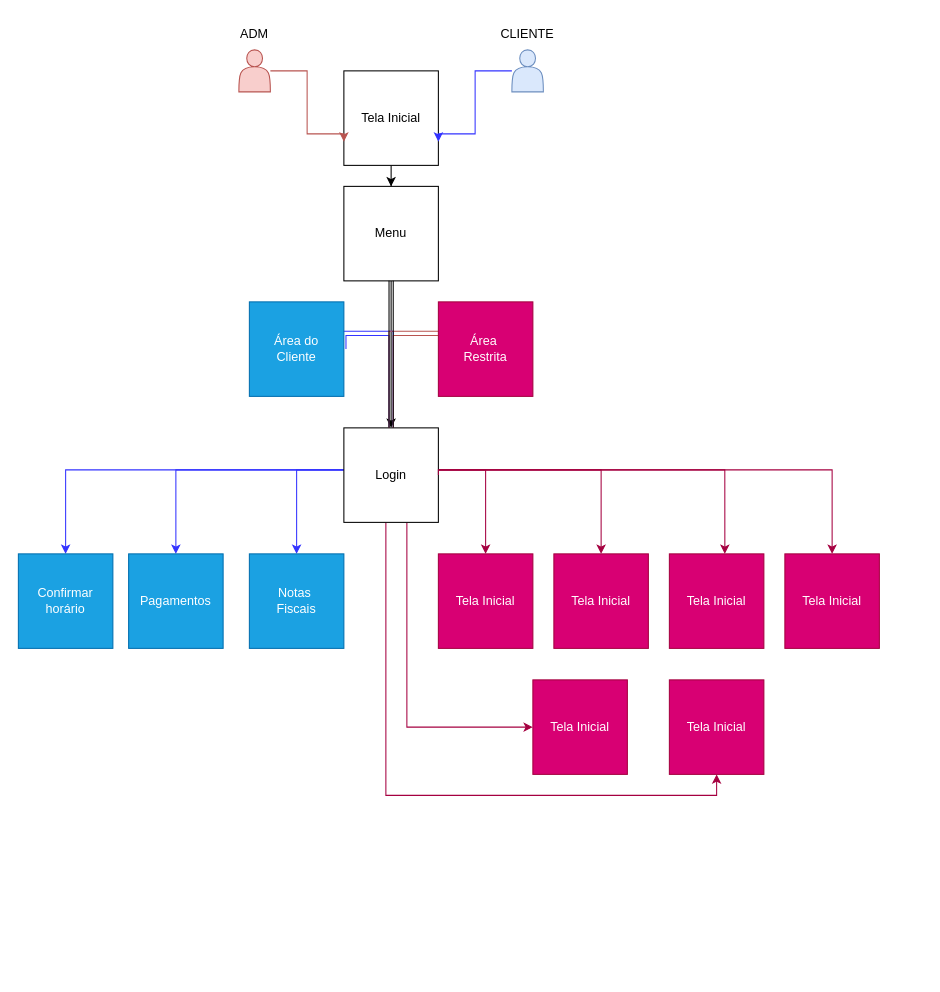
RafaPadilha123/ProjetoBack-End keeps this draw.io diagram as Diagrama sem nome.drawio. Above is the earlier version. Source tidied: cells renumbered, new cells numbered last; positions are measured from the earlier drawing's top-left corner, leaving out a move shared by most shapes. Both pictures are drawn from the tidied source at 105%, with x=0, y=0 at pixel (18, 18).
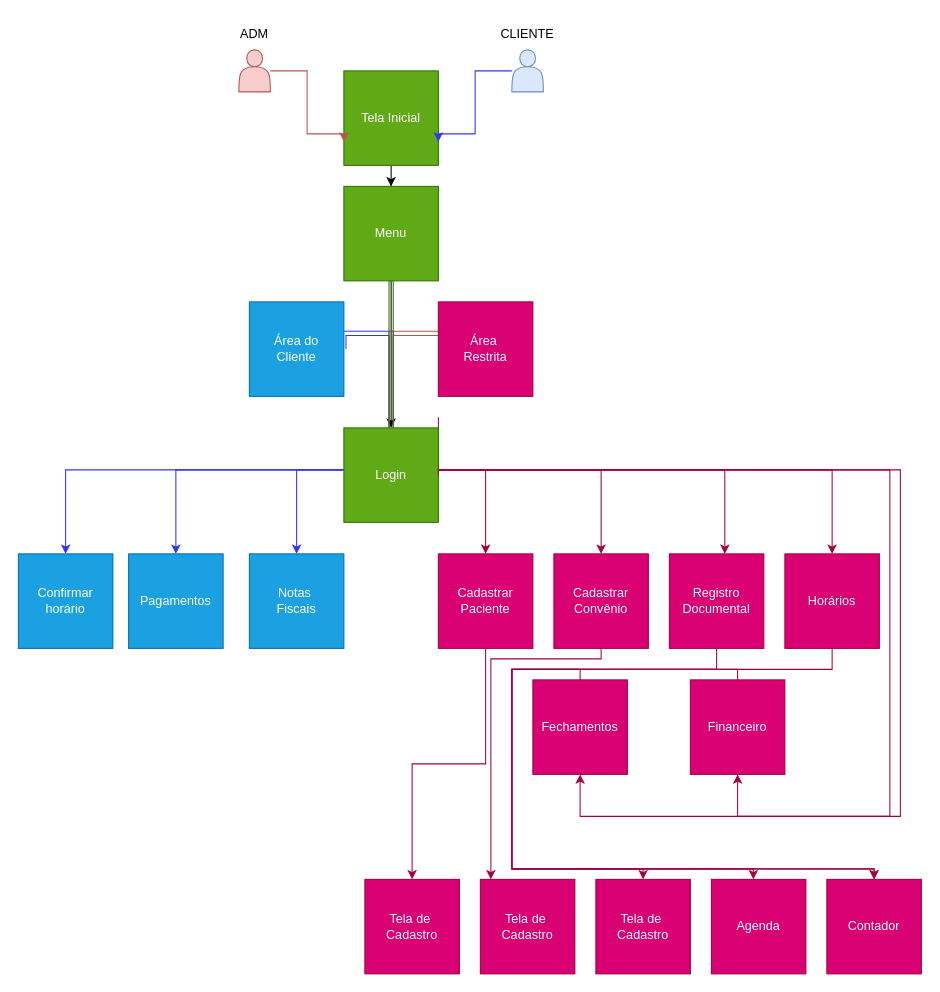
Above is the later version.

Commit message:
Fluxo do sistema

Diff of the diagram source:
```diff
@@
-    <mxCell id="3" value="Tela Inicial" style="whiteSpace=wrap;html=1;" parent="1" vertex="1">
+    <mxCell id="3" value="Tela Inicial" style="whiteSpace=wrap;html=1;fillColor=#60a917;fontColor=#ffffff;strokeColor=#2D7600;" parent="1" vertex="1">
       <mxGeometry x="310" y="50" width="90" height="90" as="geometry" />
     </mxCell>
@@
-    <mxCell id="11" value="Menu" style="whiteSpace=wrap;html=1;" parent="1" vertex="1">
+    <mxCell id="11" value="Menu" style="whiteSpace=wrap;html=1;fillColor=#60a917;fontColor=#ffffff;strokeColor=#2D7600;" parent="1" vertex="1">
       <mxGeometry x="310" y="160" width="90" height="90" as="geometry" />
     </mxCell>
@@
-    <mxCell id="20" style="edgeStyle=orthogonalEdgeStyle;rounded=0;jettySize=auto;html=1;entryX=0;entryY=0.5;entryDx=0;entryDy=0;fillColor=#d80073;strokeColor=#A50040;" parent="1" edge="1" source="22" target="33">
+    <mxCell id="20" style="edgeStyle=orthogonalEdgeStyle;rounded=0;jettySize=auto;html=1;entryX=0.5;entryY=1;entryDx=0;entryDy=0;fillColor=#d80073;strokeColor=#A50040;" parent="1" edge="1" target="33">
       <mxGeometry relative="1" as="geometry">
+        <mxPoint x="400" y="380" as="sourcePoint" />
         <Array as="points">
-          <mxPoint x="370" y="675" />
+          <mxPoint x="400" y="430" />
+          <mxPoint x="840" y="430" />
+          <mxPoint x="840" y="760" />
+          <mxPoint x="535" y="760" />
         </Array>
       </mxGeometry>
     </mxCell>
     <mxCell id="21" style="edgeStyle=orthogonalEdgeStyle;rounded=0;jettySize=auto;html=1;entryX=0.5;entryY=1;entryDx=0;entryDy=0;fillColor=#d80073;strokeColor=#A50040;" parent="1" edge="1" source="22" target="34">
       <mxGeometry relative="1" as="geometry">
         <Array as="points">
-          <mxPoint x="350" y="740" />
-          <mxPoint x="665" y="740" />
+          <mxPoint x="830" y="430" />
+          <mxPoint x="830" y="760" />
+          <mxPoint x="685" y="760" />
         </Array>
       </mxGeometry>
     </mxCell>
-    <mxCell id="22" value="Login" style="whiteSpace=wrap;html=1;" parent="1" vertex="1">
+    <mxCell id="22" value="Login" style="whiteSpace=wrap;html=1;fillColor=#60a917;fontColor=#ffffff;strokeColor=#2D7600;" parent="1" vertex="1">
       <mxGeometry x="310" y="390" width="90" height="90" as="geometry" />
     </mxCell>
+    <mxCell id="36" style="edgeStyle=orthogonalEdgeStyle;rounded=0;jettySize=auto;html=1;fillColor=#d80073;strokeColor=#A50040;" parent="1" edge="1" source="23" target="44">
+      <mxGeometry relative="1" as="geometry">
+        <Array as="points">
+          <mxPoint x="665" y="620" />
+          <mxPoint x="470" y="620" />
+          <mxPoint x="470" y="810" />
+          <mxPoint x="595" y="810" />
+        </Array>
+      </mxGeometry>
+    </mxCell>
-    <mxCell id="23" value="Tela Inicial" style="whiteSpace=wrap;html=1;fillColor=#d80073;fontColor=#ffffff;strokeColor=#A50040;" parent="1" vertex="1">
+    <mxCell id="23" value="Registro&lt;br&gt;Documental" style="whiteSpace=wrap;html=1;fillColor=#d80073;fontColor=#ffffff;strokeColor=#A50040;" parent="1" vertex="1">
       <mxGeometry x="620" y="510" width="90" height="90" as="geometry" />
     </mxCell>
@@
+    <mxCell id="37" style="edgeStyle=orthogonalEdgeStyle;rounded=0;jettySize=auto;html=1;fillColor=#d80073;strokeColor=#A50040;" parent="1" edge="1" source="28" target="42">
+      <mxGeometry relative="1" as="geometry" />
+    </mxCell>
-    <mxCell id="28" value="Tela Inicial" style="whiteSpace=wrap;html=1;fillColor=#d80073;fontColor=#ffffff;strokeColor=#A50040;" parent="1" vertex="1">
+    <mxCell id="28" value="Cadastrar&lt;br&gt;Paciente" style="whiteSpace=wrap;html=1;fillColor=#d80073;fontColor=#ffffff;strokeColor=#A50040;" parent="1" vertex="1">
       <mxGeometry x="400" y="510" width="90" height="90" as="geometry" />
     </mxCell>
+    <mxCell id="38" style="edgeStyle=orthogonalEdgeStyle;rounded=0;jettySize=auto;html=1;fillColor=#d80073;strokeColor=#A50040;" parent="1" edge="1" source="29" target="43">
+      <mxGeometry relative="1" as="geometry">
+        <Array as="points">
+          <mxPoint x="555" y="610" />
+          <mxPoint x="450" y="610" />
+        </Array>
+      </mxGeometry>
+    </mxCell>
-    <mxCell id="29" value="Tela Inicial" style="whiteSpace=wrap;html=1;fillColor=#d80073;fontColor=#ffffff;strokeColor=#A50040;" parent="1" vertex="1">
+    <mxCell id="29" value="Cadastrar&lt;br&gt;Convênio" style="whiteSpace=wrap;html=1;fillColor=#d80073;fontColor=#ffffff;strokeColor=#A50040;" parent="1" vertex="1">
       <mxGeometry x="510" y="510" width="90" height="90" as="geometry" />
     </mxCell>
@@
-    <mxCell id="31" style="endArrow=classic;html=1;rounded=0;exitX=0.5;exitY=1;exitDx=0;exitDy=0;entryX=0.5;entryY=0;entryDx=0;entryDy=0;shape=link;" parent="1" edge="1" source="11" target="22">
+    <mxCell id="31" style="endArrow=classic;html=1;rounded=0;exitX=0.5;exitY=1;exitDx=0;exitDy=0;entryX=0.5;entryY=0;entryDx=0;entryDy=0;shape=link;fillColor=#60a917;strokeColor=#2D7600;" parent="1" edge="1" source="11" target="22">
       <mxGeometry relative="1" as="geometry" />
     </mxCell>
+    <mxCell id="39" style="edgeStyle=orthogonalEdgeStyle;rounded=0;jettySize=auto;html=1;fillColor=#d80073;strokeColor=#A50040;" parent="1" edge="1" source="32" target="45">
+      <mxGeometry relative="1" as="geometry">
+        <Array as="points">
+          <mxPoint x="775" y="620" />
+          <mxPoint x="470" y="620" />
+          <mxPoint x="470" y="810" />
+          <mxPoint x="700" y="810" />
+        </Array>
+      </mxGeometry>
+    </mxCell>
-    <mxCell id="32" value="Tela Inicial" style="whiteSpace=wrap;html=1;fillColor=#d80073;fontColor=#ffffff;strokeColor=#A50040;" parent="1" vertex="1">
+    <mxCell id="32" value="Horários" style="whiteSpace=wrap;html=1;fillColor=#d80073;fontColor=#ffffff;strokeColor=#A50040;" parent="1" vertex="1">
       <mxGeometry x="730" y="510" width="90" height="90" as="geometry" />
     </mxCell>
+    <mxCell id="40" style="edgeStyle=orthogonalEdgeStyle;rounded=0;jettySize=auto;html=1;fillColor=#d80073;strokeColor=#A50040;" parent="1" edge="1" source="33" target="46">
+      <mxGeometry relative="1" as="geometry">
+        <Array as="points">
+          <mxPoint x="535" y="620" />
+          <mxPoint x="470" y="620" />
+          <mxPoint x="470" y="810" />
+          <mxPoint x="815" y="810" />
+        </Array>
+      </mxGeometry>
+    </mxCell>
-    <mxCell id="33" value="Tela Inicial" style="whiteSpace=wrap;html=1;fillColor=#d80073;fontColor=#ffffff;strokeColor=#A50040;" parent="1" vertex="1">
+    <mxCell id="33" value="Fechamentos" style="whiteSpace=wrap;html=1;fillColor=#d80073;fontColor=#ffffff;strokeColor=#A50040;" parent="1" vertex="1">
       <mxGeometry x="490" y="630" width="90" height="90" as="geometry" />
     </mxCell>
+    <mxCell id="41" style="edgeStyle=orthogonalEdgeStyle;rounded=0;jettySize=auto;html=1;fillColor=#d80073;strokeColor=#A50040;" parent="1" edge="1" source="34" target="46">
+      <mxGeometry relative="1" as="geometry">
+        <Array as="points">
+          <mxPoint x="685" y="620" />
+          <mxPoint x="470" y="620" />
+          <mxPoint x="470" y="810" />
+          <mxPoint x="815" y="810" />
+        </Array>
+      </mxGeometry>
+    </mxCell>
-    <mxCell id="34" value="Tela Inicial" style="whiteSpace=wrap;html=1;fillColor=#d80073;fontColor=#ffffff;strokeColor=#A50040;" parent="1" vertex="1">
-      <mxGeometry x="620" y="630" width="90" height="90" as="geometry" />
+    <mxCell id="34" value="Financeiro" style="whiteSpace=wrap;html=1;fillColor=#d80073;fontColor=#ffffff;strokeColor=#A50040;" parent="1" vertex="1">
+      <mxGeometry x="640" y="630" width="90" height="90" as="geometry" />
     </mxCell>
@@
+    <mxCell id="42" value="Tela de&amp;nbsp;&lt;br&gt;Cadastro" style="whiteSpace=wrap;html=1;fillColor=#d80073;fontColor=#ffffff;strokeColor=#A50040;" parent="1" vertex="1">
+      <mxGeometry x="330" y="820" width="90" height="90" as="geometry" />
+    </mxCell>
+    <mxCell id="43" value="Tela de&amp;nbsp;&lt;br&gt;Cadastro" style="whiteSpace=wrap;html=1;fillColor=#d80073;fontColor=#ffffff;strokeColor=#A50040;" parent="1" vertex="1">
+      <mxGeometry x="440" y="820" width="90" height="90" as="geometry" />
+    </mxCell>
+    <mxCell id="44" value="Tela de&amp;nbsp;&lt;br&gt;Cadastro" style="whiteSpace=wrap;html=1;fillColor=#d80073;fontColor=#ffffff;strokeColor=#A50040;" parent="1" vertex="1">
+      <mxGeometry x="550" y="820" width="90" height="90" as="geometry" />
+    </mxCell>
+    <mxCell id="45" value="Agenda" style="whiteSpace=wrap;html=1;fillColor=#d80073;fontColor=#ffffff;strokeColor=#A50040;" parent="1" vertex="1">
+      <mxGeometry x="660" y="820" width="90" height="90" as="geometry" />
+    </mxCell>
+    <mxCell id="46" value="Contador" style="whiteSpace=wrap;html=1;fillColor=#d80073;fontColor=#ffffff;strokeColor=#A50040;" parent="1" vertex="1">
+      <mxGeometry x="770" y="820" width="90" height="90" as="geometry" />
+    </mxCell>
```
